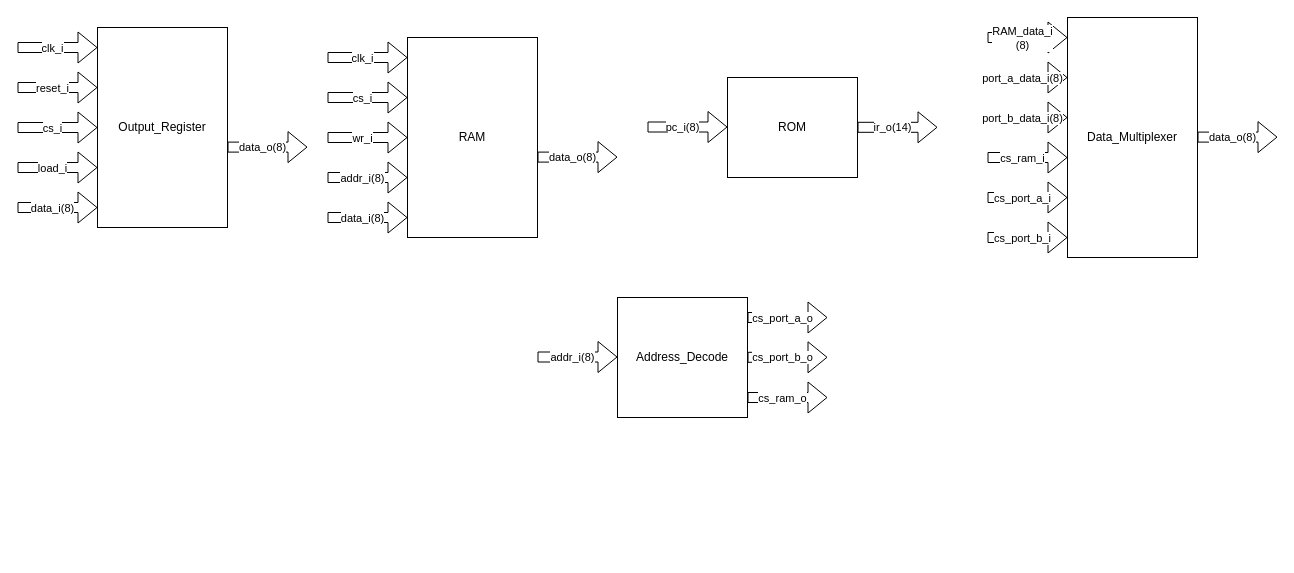
This is Rendu_1/SchemaBlocNanoController.drawio from stany24/LaboSystemNumeric, a draw.io file, before an edit. Source tidied: cells renumbered, new cells numbered last; positions are measured from the earlier drawing's top-left corner, leaving out a move shared by most shapes. Both pictures are drawn from the tidied source at 100%, with x=0, y=0 at pixel (17, 17).
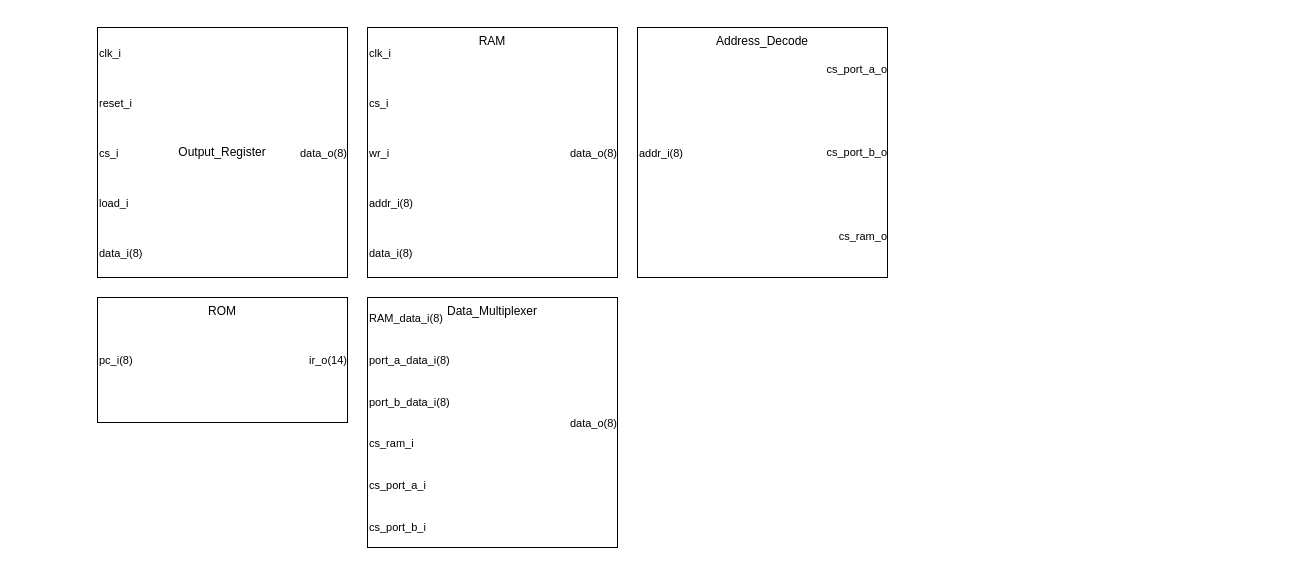
The same diagram, later.

Commit message:
Removed arrow from inputs and outputs

The edit, as a diff of the source:
```diff
@@
-    <mxCell id="2" style="group;" parent="1" vertex="1">
-      <mxGeometry x="630" y="60" width="290" height="100" as="geometry" />
-    </mxCell>
+    <mxCell id="67" style="group;" parent="1" vertex="1">
+      <mxGeometry x="80" y="280" width="250" height="125" as="geometry" />
+    </mxCell>
-    <mxCell id="3" value="ROM" style="rounded=0;whiteSpace=wrap;html=1;" parent="2" vertex="1">
-      <mxGeometry x="80" width="130" height="100" as="geometry" />
+    <mxCell id="3" value="ROM" style="rounded=0;whiteSpace=wrap;html=1;verticalAlign=top;" parent="67" vertex="1">
+      <mxGeometry width="250" height="125" as="geometry" />
     </mxCell>
-    <mxCell id="4" style="shape=flexArrow;endArrow=classic;html=1;rounded=0;" parent="2" edge="1">
-      <mxGeometry relative="1" as="geometry">
-        <mxPoint y="49.5" as="sourcePoint" />
-        <mxPoint x="80" y="49.5" as="targetPoint" />
-      </mxGeometry>
-    </mxCell>
+    <mxCell id="6" style="edgeStyle=orthogonalEdgeStyle;rounded=0;orthogonalLoop=1;jettySize=auto;html=1;exitX=0.5;exitY=1;exitDx=0;exitDy=0;" parent="67" edge="1" source="3" target="3">
+      <mxGeometry relative="1" as="geometry" />
+    </mxCell>
+    <mxCell id="8" value="ir_o(14)" style="edgeLabel;html=1;align=right;verticalAlign=middle;" parent="67" vertex="1">
+      <mxGeometry x="250" y="62.5" as="geometry" />
+    </mxCell>
-    <mxCell id="5" value="pc_i(8)" style="edgeLabel;html=1;align=center;verticalAlign=middle;" parent="4" vertex="1">
-      <mxGeometry x="-0.14" relative="1" as="geometry" />
+    <mxCell id="5" value="pc_i(8)" style="edgeLabel;html=1;align=left;verticalAlign=middle;" parent="67" vertex="1">
+      <mxGeometry y="62.5" as="geometry" />
     </mxCell>
-    <mxCell id="6" style="edgeStyle=orthogonalEdgeStyle;rounded=0;orthogonalLoop=1;jettySize=auto;html=1;exitX=0.5;exitY=1;exitDx=0;exitDy=0;" parent="2" edge="1" source="3" target="3">
-      <mxGeometry relative="1" as="geometry" />
-    </mxCell>
-    <mxCell id="7" style="shape=flexArrow;endArrow=classic;html=1;rounded=0;" parent="2" edge="1">
-      <mxGeometry relative="1" as="geometry">
-        <mxPoint x="210" y="49.8" as="sourcePoint" />
-        <mxPoint x="290" y="49.8" as="targetPoint" />
-      </mxGeometry>
-    </mxCell>
-    <mxCell id="8" value="ir_o(14)" style="edgeLabel;html=1;align=center;verticalAlign=middle;" parent="7" vertex="1">
-      <mxGeometry x="-0.14" relative="1" as="geometry" />
-    </mxCell>
-    <mxCell id="9" style="group;" parent="1" vertex="1">
-      <mxGeometry x="970" width="290" height="240" as="geometry" />
-    </mxCell>
+    <mxCell id="68" style="group;" parent="1" vertex="1">
+      <mxGeometry x="350" y="10" width="250" height="250" as="geometry" />
+    </mxCell>
+    <mxCell id="27" value="RAM" style="rounded=0;whiteSpace=wrap;html=1;verticalAlign=top;" parent="68" vertex="1">
+      <mxGeometry width="250" height="250" as="geometry" />
+    </mxCell>
+    <mxCell id="69" value="clk_i" style="edgeLabel;html=1;align=left;verticalAlign=middle;" parent="68" vertex="1">
+      <mxGeometry y="25" as="geometry" />
+    </mxCell>
+    <mxCell id="70" value="cs_i" style="edgeLabel;html=1;align=left;verticalAlign=middle;" parent="68" vertex="1">
+      <mxGeometry y="75" as="geometry" />
+    </mxCell>
+    <mxCell id="36" value="wr_i" style="edgeLabel;html=1;align=left;verticalAlign=middle;" parent="68" vertex="1">
+      <mxGeometry y="125" as="geometry" />
+    </mxCell>
+    <mxCell id="71" value="addr_i(8)" style="edgeLabel;html=1;align=left;verticalAlign=middle;" parent="68" vertex="1">
+      <mxGeometry y="175" as="geometry" />
+    </mxCell>
+    <mxCell id="72" value="&lt;div&gt;data_i(8)&lt;/div&gt;" style="edgeLabel;html=1;align=left;verticalAlign=middle;" parent="68" vertex="1">
+      <mxGeometry y="225" as="geometry" />
+    </mxCell>
+    <mxCell id="73" value="&lt;div&gt;data_o(8)&lt;/div&gt;" style="edgeLabel;html=1;align=right;verticalAlign=middle;" parent="68" vertex="1">
+      <mxGeometry x="250" y="125" as="geometry" />
+    </mxCell>
+    <mxCell id="74" style="group;" parent="1" vertex="1">
+      <mxGeometry x="620" y="10" width="250" height="250" as="geometry" />
+    </mxCell>
+    <mxCell id="57" value="Address_Decode" style="rounded=0;whiteSpace=wrap;html=1;verticalAlign=top;" parent="74" vertex="1">
+      <mxGeometry width="250" height="250" as="geometry" />
+    </mxCell>
+    <mxCell id="60" style="edgeStyle=orthogonalEdgeStyle;rounded=0;orthogonalLoop=1;jettySize=auto;html=1;exitX=0.5;exitY=1;exitDx=0;exitDy=0;" parent="74" edge="1" source="57" target="57">
+      <mxGeometry relative="1" as="geometry" />
+    </mxCell>
+    <mxCell id="62" value="cs_port_b_o" style="edgeLabel;html=1;align=right;verticalAlign=middle;" parent="74" vertex="1">
+      <mxGeometry x="250" y="124.6" as="geometry" />
+    </mxCell>
+    <mxCell id="64" value="cs_port_a_o" style="edgeLabel;html=1;align=right;verticalAlign=middle;" parent="74" vertex="1">
+      <mxGeometry x="250" y="41.7" as="geometry" />
+    </mxCell>
+    <mxCell id="66" value="&lt;div&gt;cs_ram_o&lt;/div&gt;" style="edgeLabel;html=1;align=right;verticalAlign=middle;" parent="74" vertex="1">
+      <mxGeometry x="250" y="208.3" as="geometry" />
+    </mxCell>
+    <mxCell id="75" value="addr_i(8)" style="edgeLabel;html=1;align=left;verticalAlign=middle;" parent="74" vertex="1">
+      <mxGeometry y="125" as="geometry" />
+    </mxCell>
+    <mxCell id="76" style="group;" parent="1" vertex="1">
+      <mxGeometry x="350" y="280" width="250" height="250" as="geometry" />
+    </mxCell>
-    <mxCell id="10" value="Data_Multiplexer" style="rounded=0;whiteSpace=wrap;html=1;" parent="9" vertex="1">
-      <mxGeometry x="80" width="130" height="240" as="geometry" />
+    <mxCell id="10" value="Data_Multiplexer" style="rounded=0;whiteSpace=wrap;html=1;verticalAlign=top;" parent="76" vertex="1">
+      <mxGeometry width="250" height="250" as="geometry" />
     </mxCell>
-    <mxCell id="11" style="shape=flexArrow;endArrow=classic;html=1;rounded=0;" parent="9" edge="1">
-      <mxGeometry relative="1" as="geometry">
-        <mxPoint y="20" as="sourcePoint" />
-        <mxPoint x="80" y="20" as="targetPoint" />
-      </mxGeometry>
-    </mxCell>
-    <mxCell id="12" value="&lt;div&gt;RAM_data_i&lt;/div&gt;(8)" style="edgeLabel;html=1;align=center;verticalAlign=middle;" parent="11" vertex="1">
-      <mxGeometry x="-0.14" relative="1" as="geometry" />
-    </mxCell>
-    <mxCell id="13" style="edgeStyle=orthogonalEdgeStyle;rounded=0;orthogonalLoop=1;jettySize=auto;html=1;exitX=0.5;exitY=1;exitDx=0;exitDy=0;" parent="9" edge="1" source="10" target="10">
+    <mxCell id="13" style="edgeStyle=orthogonalEdgeStyle;rounded=0;orthogonalLoop=1;jettySize=auto;html=1;exitX=0.5;exitY=1;exitDx=0;exitDy=0;verticalAlign=top;" parent="76" edge="1" source="10" target="10">
       <mxGeometry relative="1" as="geometry" />
     </mxCell>
-    <mxCell id="14" style="shape=flexArrow;endArrow=classic;html=1;rounded=0;" parent="9" edge="1">
-      <mxGeometry relative="1" as="geometry">
-        <mxPoint x="210" y="119.6" as="sourcePoint" />
-        <mxPoint x="290" y="119.6" as="targetPoint" />
-      </mxGeometry>
-    </mxCell>
-    <mxCell id="15" value="&lt;div&gt;data_o(8)&lt;/div&gt;" style="edgeLabel;html=1;align=center;verticalAlign=middle;" parent="14" vertex="1">
-      <mxGeometry x="-0.14" relative="1" as="geometry" />
-    </mxCell>
-    <mxCell id="16" style="shape=flexArrow;endArrow=classic;html=1;rounded=0;" parent="9" edge="1">
-      <mxGeometry relative="1" as="geometry">
-        <mxPoint y="60" as="sourcePoint" />
-        <mxPoint x="80" y="60" as="targetPoint" />
-      </mxGeometry>
-    </mxCell>
+    <mxCell id="77" style="edgeStyle=orthogonalEdgeStyle;rounded=0;jettySize=auto;html=1;" parent="76" edge="1" source="78" target="10">
+      <mxGeometry relative="1" as="geometry" />
+    </mxCell>
+    <mxCell id="78" value="&lt;div&gt;data_o(8)&lt;/div&gt;" style="edgeLabel;html=1;align=right;verticalAlign=middle;points=[];" parent="76" vertex="1">
+      <mxGeometry x="250" y="125" as="geometry" />
+    </mxCell>
+    <mxCell id="79" value="&lt;div&gt;RAM_data_i(8)&lt;/div&gt;" style="edgeLabel;html=1;align=left;verticalAlign=middle;" parent="76" vertex="1">
+      <mxGeometry y="20.8" as="geometry" />
+    </mxCell>
-    <mxCell id="17" value="port_a_data_i(8)" style="edgeLabel;html=1;align=center;verticalAlign=middle;" parent="16" vertex="1">
-      <mxGeometry x="-0.14" relative="1" as="geometry" />
+    <mxCell id="17" value="port_a_data_i(8)" style="edgeLabel;html=1;align=left;verticalAlign=middle;" parent="76" vertex="1">
+      <mxGeometry y="62.5" as="geometry" />
     </mxCell>
-    <mxCell id="18" style="shape=flexArrow;endArrow=classic;html=1;rounded=0;" parent="9" edge="1">
-      <mxGeometry relative="1" as="geometry">
-        <mxPoint y="100" as="sourcePoint" />
-        <mxPoint x="80" y="100" as="targetPoint" />
-      </mxGeometry>
-    </mxCell>
-    <mxCell id="19" value="port_b_data_i(8)" style="edgeLabel;html=1;align=center;verticalAlign=middle;" parent="18" vertex="1">
-      <mxGeometry x="-0.14" relative="1" as="geometry" />
+    <mxCell id="19" value="port_b_data_i(8)" style="edgeLabel;html=1;align=left;verticalAlign=middle;" parent="76" vertex="1">
+      <mxGeometry y="104.2" as="geometry" />
     </mxCell>
-    <mxCell id="20" style="shape=flexArrow;endArrow=classic;html=1;rounded=0;" parent="9" edge="1">
-      <mxGeometry relative="1" as="geometry">
-        <mxPoint y="140" as="sourcePoint" />
-        <mxPoint x="80" y="140" as="targetPoint" />
-      </mxGeometry>
-    </mxCell>
-    <mxCell id="21" value="cs_ram_i" style="edgeLabel;html=1;align=center;verticalAlign=middle;" parent="20" vertex="1">
-      <mxGeometry x="-0.14" relative="1" as="geometry" />
+    <mxCell id="21" value="cs_ram_i" style="edgeLabel;html=1;align=left;verticalAlign=middle;" parent="76" vertex="1">
+      <mxGeometry y="145.8" as="geometry" />
     </mxCell>
-    <mxCell id="22" style="shape=flexArrow;endArrow=classic;html=1;rounded=0;" parent="9" edge="1">
-      <mxGeometry relative="1" as="geometry">
-        <mxPoint y="180" as="sourcePoint" />
-        <mxPoint x="80" y="180" as="targetPoint" />
-      </mxGeometry>
-    </mxCell>
-    <mxCell id="23" value="cs_port_a_i" style="edgeLabel;html=1;align=center;verticalAlign=middle;" parent="22" vertex="1">
-      <mxGeometry x="-0.14" relative="1" as="geometry" />
+    <mxCell id="23" value="cs_port_a_i" style="edgeLabel;html=1;align=left;verticalAlign=middle;" parent="76" vertex="1">
+      <mxGeometry y="187.5" as="geometry" />
     </mxCell>
-    <mxCell id="24" style="shape=flexArrow;endArrow=classic;html=1;rounded=0;" parent="9" edge="1">
-      <mxGeometry relative="1" as="geometry">
-        <mxPoint y="220" as="sourcePoint" />
-        <mxPoint x="80" y="220" as="targetPoint" />
-      </mxGeometry>
-    </mxCell>
-    <mxCell id="25" value="cs_port_b_i" style="edgeLabel;html=1;align=center;verticalAlign=middle;" parent="24" vertex="1">
-      <mxGeometry x="-0.14" relative="1" as="geometry" />
+    <mxCell id="25" value="cs_port_b_i" style="edgeLabel;html=1;align=left;verticalAlign=middle;" parent="76" vertex="1">
+      <mxGeometry y="229.2" as="geometry" />
     </mxCell>
-    <mxCell id="26" style="group;" parent="1" vertex="1">
-      <mxGeometry x="310" y="20" width="290" height="200" as="geometry" />
-    </mxCell>
-    <mxCell id="27" value="RAM" style="rounded=0;whiteSpace=wrap;html=1;" parent="26" vertex="1">
-      <mxGeometry x="80" width="130" height="200" as="geometry" />
-    </mxCell>
-    <mxCell id="28" style="shape=flexArrow;endArrow=classic;html=1;rounded=0;" parent="26" edge="1">
-      <mxGeometry relative="1" as="geometry">
-        <mxPoint y="20" as="sourcePoint" />
-        <mxPoint x="80" y="20" as="targetPoint" />
-      </mxGeometry>
-    </mxCell>
-    <mxCell id="29" value="clk_i" style="edgeLabel;html=1;align=center;verticalAlign=middle;" parent="28" vertex="1">
-      <mxGeometry x="-0.14" relative="1" as="geometry" />
-    </mxCell>
-    <mxCell id="30" style="edgeStyle=orthogonalEdgeStyle;rounded=0;orthogonalLoop=1;jettySize=auto;html=1;exitX=0.5;exitY=1;exitDx=0;exitDy=0;" parent="26" edge="1" source="27" target="27">
-      <mxGeometry relative="1" as="geometry" />
-    </mxCell>
-    <mxCell id="31" style="shape=flexArrow;endArrow=classic;html=1;rounded=0;" parent="26" edge="1">
-      <mxGeometry relative="1" as="geometry">
-        <mxPoint x="210" y="119.6" as="sourcePoint" />
-        <mxPoint x="290" y="119.6" as="targetPoint" />
-      </mxGeometry>
-    </mxCell>
-    <mxCell id="32" value="&lt;div&gt;data_o(8)&lt;/div&gt;" style="edgeLabel;html=1;align=center;verticalAlign=middle;" parent="31" vertex="1">
-      <mxGeometry x="-0.14" relative="1" as="geometry" />
-    </mxCell>
-    <mxCell id="33" style="shape=flexArrow;endArrow=classic;html=1;rounded=0;" parent="26" edge="1">
-      <mxGeometry relative="1" as="geometry">
-        <mxPoint y="60" as="sourcePoint" />
-        <mxPoint x="80" y="60" as="targetPoint" />
-      </mxGeometry>
-    </mxCell>
-    <mxCell id="34" value="cs_i" style="edgeLabel;html=1;align=center;verticalAlign=middle;" parent="33" vertex="1">
-      <mxGeometry x="-0.14" relative="1" as="geometry" />
-    </mxCell>
-    <mxCell id="35" style="shape=flexArrow;endArrow=classic;html=1;rounded=0;" parent="26" edge="1">
-      <mxGeometry relative="1" as="geometry">
-        <mxPoint y="100" as="sourcePoint" />
-        <mxPoint x="80" y="100" as="targetPoint" />
-      </mxGeometry>
-    </mxCell>
-    <mxCell id="36" value="wr_i" style="edgeLabel;html=1;align=center;verticalAlign=middle;" parent="35" vertex="1">
-      <mxGeometry x="-0.14" relative="1" as="geometry" />
-    </mxCell>
-    <mxCell id="37" style="shape=flexArrow;endArrow=classic;html=1;rounded=0;" parent="26" edge="1">
-      <mxGeometry relative="1" as="geometry">
-        <mxPoint y="140" as="sourcePoint" />
-        <mxPoint x="80" y="140" as="targetPoint" />
-      </mxGeometry>
-    </mxCell>
-    <mxCell id="38" value="addr_i(8)" style="edgeLabel;html=1;align=center;verticalAlign=middle;" parent="37" vertex="1">
-      <mxGeometry x="-0.14" relative="1" as="geometry" />
-    </mxCell>
-    <mxCell id="39" style="shape=flexArrow;endArrow=classic;html=1;rounded=0;" parent="26" edge="1">
-      <mxGeometry relative="1" as="geometry">
-        <mxPoint y="180" as="sourcePoint" />
-        <mxPoint x="80" y="180" as="targetPoint" />
-      </mxGeometry>
-    </mxCell>
-    <mxCell id="40" value="&lt;div&gt;data_i(8)&lt;/div&gt;" style="edgeLabel;html=1;align=center;verticalAlign=middle;" parent="39" vertex="1">
-      <mxGeometry x="-0.14" relative="1" as="geometry" />
-    </mxCell>
-    <mxCell id="41" style="group;" parent="1" vertex="1">
-      <mxGeometry y="10" width="290" height="200" as="geometry" />
-    </mxCell>
+    <mxCell id="80" style="group;" parent="1" vertex="1">
+      <mxGeometry x="80" y="10" width="250" height="250" as="geometry" />
+    </mxCell>
-    <mxCell id="42" value="Output_Register" style="rounded=0;whiteSpace=wrap;html=1;" parent="41" vertex="1">
-      <mxGeometry x="80" width="130" height="200" as="geometry" />
+    <mxCell id="42" value="Output_Register" style="rounded=0;whiteSpace=wrap;html=1;" parent="80" vertex="1">
+      <mxGeometry width="250" height="250" as="geometry" />
     </mxCell>
-    <mxCell id="43" style="shape=flexArrow;endArrow=classic;html=1;rounded=0;" parent="41" edge="1">
-      <mxGeometry relative="1" as="geometry">
-        <mxPoint y="20" as="sourcePoint" />
-        <mxPoint x="80" y="20" as="targetPoint" />
-      </mxGeometry>
-    </mxCell>
-    <mxCell id="44" value="clk_i" style="edgeLabel;html=1;align=center;verticalAlign=middle;" parent="43" vertex="1">
-      <mxGeometry x="-0.14" relative="1" as="geometry" />
-    </mxCell>
-    <mxCell id="45" style="edgeStyle=orthogonalEdgeStyle;rounded=0;orthogonalLoop=1;jettySize=auto;html=1;exitX=0.5;exitY=1;exitDx=0;exitDy=0;" parent="41" edge="1" source="42" target="42">
+    <mxCell id="45" style="edgeStyle=orthogonalEdgeStyle;rounded=0;orthogonalLoop=1;jettySize=auto;html=1;exitX=0.5;exitY=1;exitDx=0;exitDy=0;" parent="80" edge="1" source="42" target="42">
       <mxGeometry relative="1" as="geometry" />
     </mxCell>
-    <mxCell id="46" style="shape=flexArrow;endArrow=classic;html=1;rounded=0;" parent="41" edge="1">
-      <mxGeometry relative="1" as="geometry">
-        <mxPoint x="210" y="119.6" as="sourcePoint" />
-        <mxPoint x="290" y="119.6" as="targetPoint" />
-      </mxGeometry>
-    </mxCell>
-    <mxCell id="47" value="&lt;div&gt;data_o(8)&lt;/div&gt;" style="edgeLabel;html=1;align=center;verticalAlign=middle;" parent="46" vertex="1">
-      <mxGeometry x="-0.14" relative="1" as="geometry" />
-    </mxCell>
-    <mxCell id="48" style="shape=flexArrow;endArrow=classic;html=1;rounded=0;" parent="41" edge="1">
-      <mxGeometry relative="1" as="geometry">
-        <mxPoint y="60" as="sourcePoint" />
-        <mxPoint x="80" y="60" as="targetPoint" />
-      </mxGeometry>
-    </mxCell>
+    <mxCell id="81" value="clk_i" style="edgeLabel;html=1;align=left;verticalAlign=middle;" parent="80" vertex="1">
+      <mxGeometry y="25" as="geometry" />
+    </mxCell>
-    <mxCell id="49" value="reset_i" style="edgeLabel;html=1;align=center;verticalAlign=middle;" parent="48" vertex="1">
-      <mxGeometry x="-0.14" relative="1" as="geometry" />
+    <mxCell id="49" value="reset_i" style="edgeLabel;html=1;align=left;verticalAlign=middle;" parent="80" vertex="1">
+      <mxGeometry y="75" as="geometry" />
     </mxCell>
-    <mxCell id="50" style="shape=flexArrow;endArrow=classic;html=1;rounded=0;" parent="41" edge="1">
-      <mxGeometry relative="1" as="geometry">
-        <mxPoint y="100" as="sourcePoint" />
-        <mxPoint x="80" y="100" as="targetPoint" />
-      </mxGeometry>
-    </mxCell>
-    <mxCell id="51" value="cs_i" style="edgeLabel;html=1;align=center;verticalAlign=middle;" parent="50" vertex="1">
-      <mxGeometry x="-0.14" relative="1" as="geometry" />
-    </mxCell>
-    <mxCell id="52" style="shape=flexArrow;endArrow=classic;html=1;rounded=0;" parent="41" edge="1">
-      <mxGeometry relative="1" as="geometry">
-        <mxPoint y="140" as="sourcePoint" />
-        <mxPoint x="80" y="140" as="targetPoint" />
-      </mxGeometry>
-    </mxCell>
+    <mxCell id="82" value="cs_i" style="edgeLabel;html=1;align=left;verticalAlign=middle;" parent="80" vertex="1">
+      <mxGeometry y="125" as="geometry" />
+    </mxCell>
-    <mxCell id="53" value="load_i" style="edgeLabel;html=1;align=center;verticalAlign=middle;" parent="52" vertex="1">
-      <mxGeometry x="-0.14" relative="1" as="geometry" />
+    <mxCell id="53" value="load_i" style="edgeLabel;html=1;align=left;verticalAlign=middle;" parent="80" vertex="1">
+      <mxGeometry y="175" as="geometry" />
     </mxCell>
-    <mxCell id="54" style="shape=flexArrow;endArrow=classic;html=1;rounded=0;" parent="41" edge="1">
-      <mxGeometry relative="1" as="geometry">
-        <mxPoint y="180" as="sourcePoint" />
-        <mxPoint x="80" y="180" as="targetPoint" />
-      </mxGeometry>
-    </mxCell>
-    <mxCell id="55" value="&lt;div&gt;data_i(8)&lt;/div&gt;" style="edgeLabel;html=1;align=center;verticalAlign=middle;" parent="54" vertex="1">
-      <mxGeometry x="-0.14" relative="1" as="geometry" />
-    </mxCell>
-    <mxCell id="56" style="group;" parent="1" vertex="1">
-      <mxGeometry x="520" y="280" width="290" height="120" as="geometry" />
-    </mxCell>
-    <mxCell id="57" value="Address_Decode" style="rounded=0;whiteSpace=wrap;html=1;" parent="56" vertex="1">
-      <mxGeometry x="80" width="130" height="120" as="geometry" />
-    </mxCell>
-    <mxCell id="58" style="shape=flexArrow;endArrow=classic;html=1;rounded=0;" parent="56" edge="1">
-      <mxGeometry relative="1" as="geometry">
-        <mxPoint y="59.5" as="sourcePoint" />
-        <mxPoint x="80" y="59.5" as="targetPoint" />
-      </mxGeometry>
-    </mxCell>
-    <mxCell id="59" value="addr_i(8)" style="edgeLabel;html=1;align=center;verticalAlign=middle;" parent="58" vertex="1">
-      <mxGeometry x="-0.14" relative="1" as="geometry" />
-    </mxCell>
-    <mxCell id="60" style="edgeStyle=orthogonalEdgeStyle;rounded=0;orthogonalLoop=1;jettySize=auto;html=1;exitX=0.5;exitY=1;exitDx=0;exitDy=0;" parent="56" edge="1" source="57" target="57">
-      <mxGeometry relative="1" as="geometry" />
-    </mxCell>
-    <mxCell id="61" style="shape=flexArrow;endArrow=classic;html=1;rounded=0;" parent="56" edge="1">
-      <mxGeometry relative="1" as="geometry">
-        <mxPoint x="210" y="59.8" as="sourcePoint" />
-        <mxPoint x="290" y="59.8" as="targetPoint" />
-      </mxGeometry>
-    </mxCell>
-    <mxCell id="62" value="cs_port_b_o" style="edgeLabel;html=1;align=center;verticalAlign=middle;" parent="61" vertex="1">
-      <mxGeometry x="-0.14" relative="1" as="geometry" />
-    </mxCell>
-    <mxCell id="63" style="shape=flexArrow;endArrow=classic;html=1;rounded=0;" parent="56" edge="1">
-      <mxGeometry relative="1" as="geometry">
-        <mxPoint x="210" y="20" as="sourcePoint" />
-        <mxPoint x="290" y="20" as="targetPoint" />
-      </mxGeometry>
-    </mxCell>
-    <mxCell id="64" value="cs_port_a_o" style="edgeLabel;html=1;align=center;verticalAlign=middle;" parent="63" vertex="1">
-      <mxGeometry x="-0.14" relative="1" as="geometry" />
-    </mxCell>
-    <mxCell id="65" style="shape=flexArrow;endArrow=classic;html=1;rounded=0;" parent="56" edge="1">
-      <mxGeometry relative="1" as="geometry">
-        <mxPoint x="210" y="100" as="sourcePoint" />
-        <mxPoint x="290" y="100" as="targetPoint" />
-      </mxGeometry>
-    </mxCell>
-    <mxCell id="66" value="&lt;div&gt;cs_ram_o&lt;/div&gt;" style="edgeLabel;html=1;align=center;verticalAlign=middle;" parent="65" vertex="1">
-      <mxGeometry x="-0.14" relative="1" as="geometry" />
-    </mxCell>
+    <mxCell id="83" value="&lt;div&gt;data_i(8)&lt;/div&gt;" style="edgeLabel;html=1;align=left;verticalAlign=middle;" parent="80" vertex="1">
+      <mxGeometry y="225" as="geometry" />
+    </mxCell>
+    <mxCell id="84" value="&lt;div&gt;data_o(8)&lt;/div&gt;" style="edgeLabel;html=1;align=right;verticalAlign=middle;" parent="80" vertex="1">
+      <mxGeometry x="250" y="125" as="geometry" />
+    </mxCell>
```
